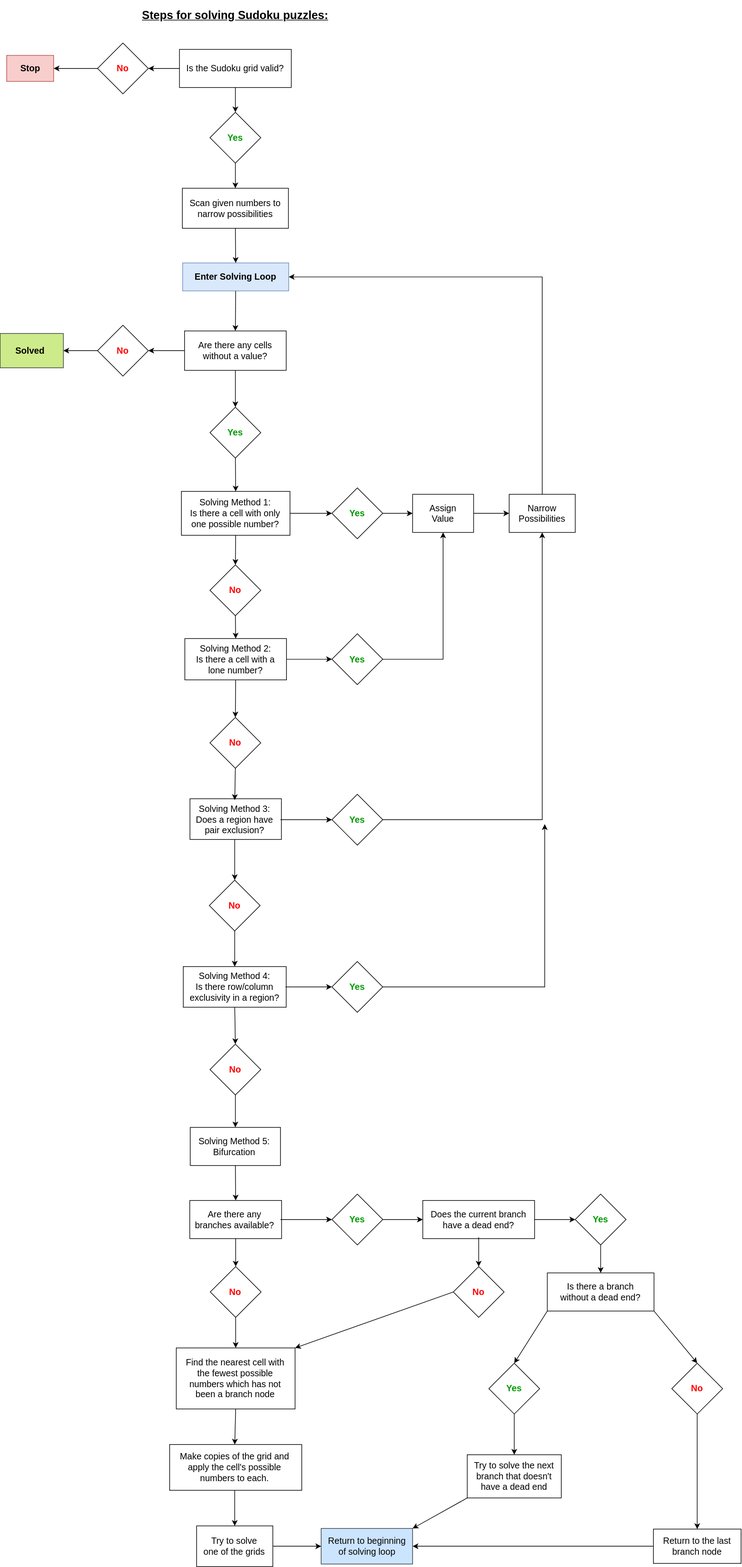
Before: sudoku-solving-flowchart.svg, a diagram exported from draw.io (steve-dave8/Sudoku-Solver). Source tidied: cells renumbered, new cells last; positions are measured from the earlier drawing's top-left corner, leaving out a move shared by most shapes.
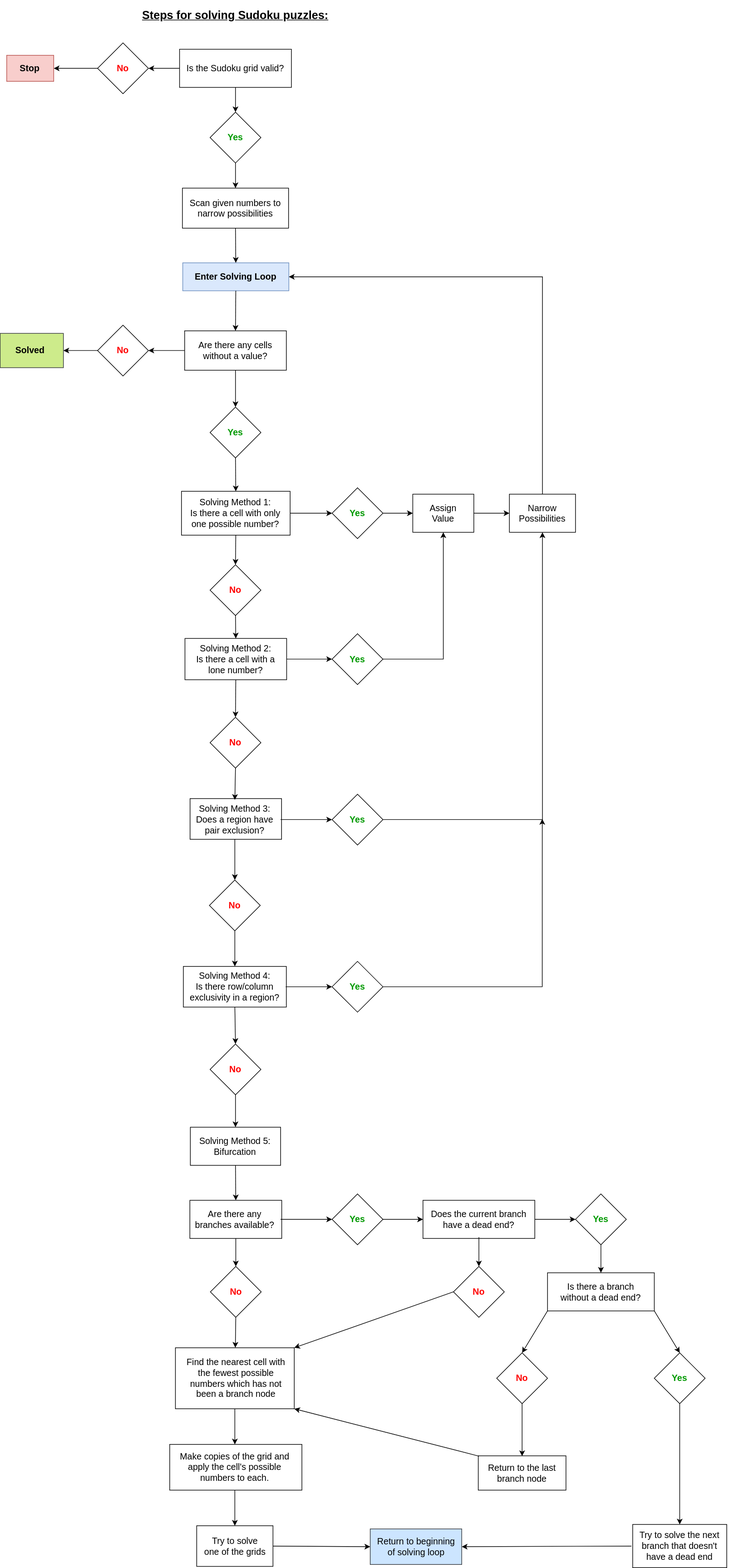
Above is the later version.

The edit, as a diff of the source:
```diff
@@ -1,15 +1,15 @@
-<mxGraphModel background="#ffffff">
+<mxGraphModel>
   <root>
     <mxCell id="0" />
     <mxCell id="1" parent="0" />
     <mxCell id="2" style="rounded=0;whiteSpace=wrap;html=1;fontSize=14;fontColor=#000000;" parent="1" vertex="1">
-      <mxGeometry x="1028" y="2405" width="138" height="54" as="geometry" />
+      <mxGeometry x="752" y="2290" width="138" height="54" as="geometry" />
     </mxCell>
     <mxCell id="3" style="rounded=0;whiteSpace=wrap;html=1;fontSize=14;fontColor=#000000;" parent="1" vertex="1">
       <mxGeometry x="861" y="2002" width="168" height="60" as="geometry" />
     </mxCell>
     <mxCell id="4" style="rounded=0;whiteSpace=wrap;html=1;fontSize=14;fillColor=#cce5ff;strokeColor=#36393d;" parent="1" vertex="1">
-      <mxGeometry x="505" y="2404" width="144" height="56" as="geometry" />
+      <mxGeometry x="582" y="2405" width="144" height="56" as="geometry" />
     </mxCell>
     <mxCell id="5" style="rounded=0;whiteSpace=wrap;html=1;fontSize=14;fontColor=#000000;" parent="1" vertex="1">
       <mxGeometry x="299" y="1773" width="142" height="60" as="geometry" />
@@ -248,11 +248,6 @@
         <mxPoint x="449" y="1552" as="sourcePoint" />
       </mxGeometry>
     </mxCell>
-    <mxCell id="82" style="endArrow=classic;html=1;rounded=0;fontSize=14;fontColor=#000000;edgeStyle=orthogonalEdgeStyle;exitX=1;exitY=0.5;exitDx=0;exitDy=0;" parent="1" edge="1" source="79">
-      <mxGeometry relative="1" as="geometry">
-        <mxPoint x="857" y="1296" as="targetPoint" />
-      </mxGeometry>
-    </mxCell>
     <mxCell id="83" style="rhombus;whiteSpace=wrap;html=1;fontSize=14;fontColor=#FF0000;" parent="1" vertex="1">
       <mxGeometry x="330" y="1642" width="80" height="80" as="geometry" />
     </mxCell>
@@ -287,12 +282,12 @@
       <mxGeometry relative="1" as="geometry" />
     </mxCell>
     <mxCell id="94" style="rounded=0;whiteSpace=wrap;html=1;fontSize=14;fontColor=#000000;" parent="1" vertex="1">
-      <mxGeometry x="277" y="2120" width="187" height="96" as="geometry" />
+      <mxGeometry x="275.5" y="2120" width="187" height="96" as="geometry" />
     </mxCell>
     <mxCell id="95" value="Find the nearest cell with the fewest possible numbers which has not been a branch node" style="text;html=1;strokeColor=none;fillColor=none;align=center;verticalAlign=middle;whiteSpace=wrap;rounded=0;fontSize=14;fontColor=#000000;" parent="1" vertex="1">
       <mxGeometry x="290.5" y="2129" width="160" height="78" as="geometry" />
     </mxCell>
-    <mxCell id="96" style="endArrow=classic;html=1;rounded=0;fontSize=14;fontColor=#000000;exitX=0.5;exitY=1;exitDx=0;exitDy=0;entryX=0.5;entryY=0;entryDx=0;entryDy=0;" parent="1" edge="1" source="91" target="94">
+    <mxCell id="96" style="endArrow=classic;html=1;rounded=0;fontSize=14;fontColor=#000000;exitX=0.5;exitY=1;exitDx=0;exitDy=0;" parent="1" edge="1" source="91" target="94">
       <mxGeometry relative="1" as="geometry" />
     </mxCell>
     <mxCell id="97" style="group;" parent="1" vertex="1">
@@ -317,7 +312,7 @@
       <mxGeometry relative="1" as="geometry" />
     </mxCell>
     <mxCell id="104" value="Return to beginning of solving loop" style="text;html=1;strokeColor=none;fillColor=none;align=center;verticalAlign=middle;whiteSpace=wrap;rounded=0;fontSize=14;fontColor=#000000;" parent="1" vertex="1">
-      <mxGeometry x="509.5" y="2408.5" width="135" height="47" as="geometry" />
+      <mxGeometry x="586.5" y="2409.5" width="135" height="47" as="geometry" />
     </mxCell>
     <mxCell id="105" style="endArrow=classic;html=1;rounded=0;fontSize=14;fontColor=#000000;exitX=1;exitY=0.5;exitDx=0;exitDy=0;entryX=0;entryY=0.5;entryDx=0;entryDy=0;" parent="1" edge="1" source="101" target="4">
       <mxGeometry relative="1" as="geometry" />
@@ -368,43 +363,51 @@
       <mxGeometry relative="1" as="geometry" />
     </mxCell>
     <mxCell id="121" style="rhombus;whiteSpace=wrap;html=1;fontSize=14;fontColor=#000000;" parent="1" vertex="1">
-      <mxGeometry x="769" y="2144" width="80" height="80" as="geometry" />
+      <mxGeometry x="1029" y="2128" width="80" height="80" as="geometry" />
     </mxCell>
     <mxCell id="122" value="&lt;font&gt;Yes&lt;/font&gt;" style="text;html=1;strokeColor=none;fillColor=none;align=center;verticalAlign=middle;whiteSpace=wrap;rounded=0;fontSize=14;fontStyle=1;fontColor=#009900;" parent="1" vertex="1">
-      <mxGeometry x="789" y="2169" width="40" height="30" as="geometry" />
+      <mxGeometry x="1049" y="2153" width="40" height="30" as="geometry" />
     </mxCell>
     <mxCell id="123" style="rounded=0;whiteSpace=wrap;html=1;fontSize=14;fontColor=#000000;" parent="1" vertex="1">
-      <mxGeometry x="735" y="2288" width="148" height="68" as="geometry" />
+      <mxGeometry x="995" y="2398" width="148" height="68" as="geometry" />
     </mxCell>
     <mxCell id="124" value="Try to solve the next branch that doesn't have a dead end" style="text;html=1;strokeColor=none;fillColor=none;align=center;verticalAlign=middle;whiteSpace=wrap;rounded=0;fontSize=14;fontColor=#000000;" parent="1" vertex="1">
-      <mxGeometry x="733" y="2295" width="152" height="54" as="geometry" />
+      <mxGeometry x="993" y="2405" width="152" height="54" as="geometry" />
     </mxCell>
-    <mxCell id="125" style="endArrow=classic;html=1;rounded=0;fontSize=14;fontColor=#000000;exitX=0.5;exitY=1;exitDx=0;exitDy=0;entryX=0.5;entryY=0;entryDx=0;entryDy=0;" parent="1" edge="1" source="121" target="123">
-      <mxGeometry relative="1" as="geometry" />
-    </mxCell>
-    <mxCell id="126" style="endArrow=classic;html=1;rounded=0;fontSize=14;fontColor=#000000;exitX=0;exitY=1;exitDx=0;exitDy=0;entryX=0.5;entryY=0;entryDx=0;entryDy=0;" parent="1" edge="1" source="3" target="121">
-      <mxGeometry relative="1" as="geometry" />
-    </mxCell>
     <mxCell id="127" style="rhombus;whiteSpace=wrap;html=1;fontSize=14;fontColor=#FF0000;" parent="1" vertex="1">
-      <mxGeometry x="1057" y="2144" width="80" height="80" as="geometry" />
+      <mxGeometry x="781" y="2128" width="80" height="80" as="geometry" />
     </mxCell>
     <mxCell id="128" value="&lt;font color=&quot;#FF0000&quot;&gt;No&lt;/font&gt;" style="text;html=1;strokeColor=none;fillColor=none;align=center;verticalAlign=middle;whiteSpace=wrap;rounded=0;fontSize=14;fontStyle=1;" parent="1" vertex="1">
-      <mxGeometry x="1065" y="2160" width="64" height="48" as="geometry" />
+      <mxGeometry x="789" y="2144" width="64" height="48" as="geometry" />
     </mxCell>
     <mxCell id="129" value="Return to the last branch node" style="text;html=1;strokeColor=none;fillColor=none;align=center;verticalAlign=middle;whiteSpace=wrap;rounded=0;fontSize=14;fontColor=#000000;" parent="1" vertex="1">
-      <mxGeometry x="1029" y="2405.5" width="136" height="53" as="geometry" />
+      <mxGeometry x="753" y="2290.5" width="136" height="53" as="geometry" />
     </mxCell>
+    <mxCell id="134" style="endArrow=classic;html=1;rounded=0;edgeStyle=orthogonalEdgeStyle;exitX=1;exitY=0.5;exitDx=0;exitDy=0;" parent="1" edge="1" source="79">
+      <mxGeometry relative="1" as="geometry">
+        <mxPoint x="852.7" y="1288" as="targetPoint" />
+        <Array as="points">
+          <mxPoint x="853" y="1552" />
+        </Array>
+      </mxGeometry>
+    </mxCell>
-    <mxCell id="130" style="endArrow=classic;html=1;rounded=0;fontSize=14;fontColor=#000000;exitX=1;exitY=1;exitDx=0;exitDy=0;entryX=0.5;entryY=0;entryDx=0;entryDy=0;" parent="1" edge="1" source="3" target="127">
+    <mxCell id="130" style="endArrow=classic;html=1;rounded=0;exitX=0;exitY=1;exitDx=0;exitDy=0;entryX=0.5;entryY=0;entryDx=0;entryDy=0;" parent="1" edge="1" source="3" target="127">
       <mxGeometry relative="1" as="geometry" />
     </mxCell>
-    <mxCell id="131" style="endArrow=classic;html=1;rounded=0;fontSize=14;fontColor=#000000;exitX=0.5;exitY=1;exitDx=0;exitDy=0;entryX=0.5;entryY=0;entryDx=0;entryDy=0;" parent="1" edge="1" source="127" target="2">
-      <mxGeometry relative="1" as="geometry" />
-    </mxCell>
-    <mxCell id="132" style="endArrow=classic;html=1;rounded=0;fontSize=14;fontColor=#000000;exitX=0;exitY=1;exitDx=0;exitDy=0;entryX=1;entryY=0;entryDx=0;entryDy=0;" parent="1" edge="1" source="123" target="4">
-      <mxGeometry relative="1" as="geometry" />
-    </mxCell>
-    <mxCell id="133" style="endArrow=classic;html=1;rounded=0;fontSize=14;fontColor=#000000;entryX=1;entryY=0.5;entryDx=0;entryDy=0;exitX=0;exitY=0.5;exitDx=0;exitDy=0;" parent="1" edge="1" source="2" target="4">
-      <mxGeometry relative="1" as="geometry" />
-    </mxCell>
+    <mxCell id="126" style="endArrow=classic;html=1;rounded=0;exitX=1;exitY=1;exitDx=0;exitDy=0;entryX=0.5;entryY=0;entryDx=0;entryDy=0;" parent="1" edge="1" source="3" target="121">
+      <mxGeometry relative="1" as="geometry" />
+    </mxCell>
+    <mxCell id="135" style="endArrow=classic;html=1;rounded=0;exitX=0.5;exitY=1;exitDx=0;exitDy=0;entryX=0.5;entryY=0;entryDx=0;entryDy=0;" parent="1" edge="1" source="127" target="129">
+      <mxGeometry relative="1" as="geometry" />
+    </mxCell>
+    <mxCell id="136" style="endArrow=classic;html=1;rounded=0;exitX=0;exitY=0;exitDx=0;exitDy=0;entryX=1;entryY=1;entryDx=0;entryDy=0;" parent="1" edge="1" source="129" target="94">
+      <mxGeometry relative="1" as="geometry" />
+    </mxCell>
+    <mxCell id="125" style="endArrow=classic;html=1;rounded=0;exitX=0.5;exitY=1;exitDx=0;exitDy=0;entryX=0.5;entryY=0;entryDx=0;entryDy=0;" parent="1" edge="1" source="121" target="123">
+      <mxGeometry relative="1" as="geometry" />
+    </mxCell>
+    <mxCell id="137" style="endArrow=classic;html=1;rounded=0;exitX=0;exitY=0.5;exitDx=0;exitDy=0;entryX=1;entryY=0.5;entryDx=0;entryDy=0;" parent="1" edge="1" source="124" target="4">
+      <mxGeometry relative="1" as="geometry" />
+    </mxCell>
   </root>
 </mxGraphModel>
```
